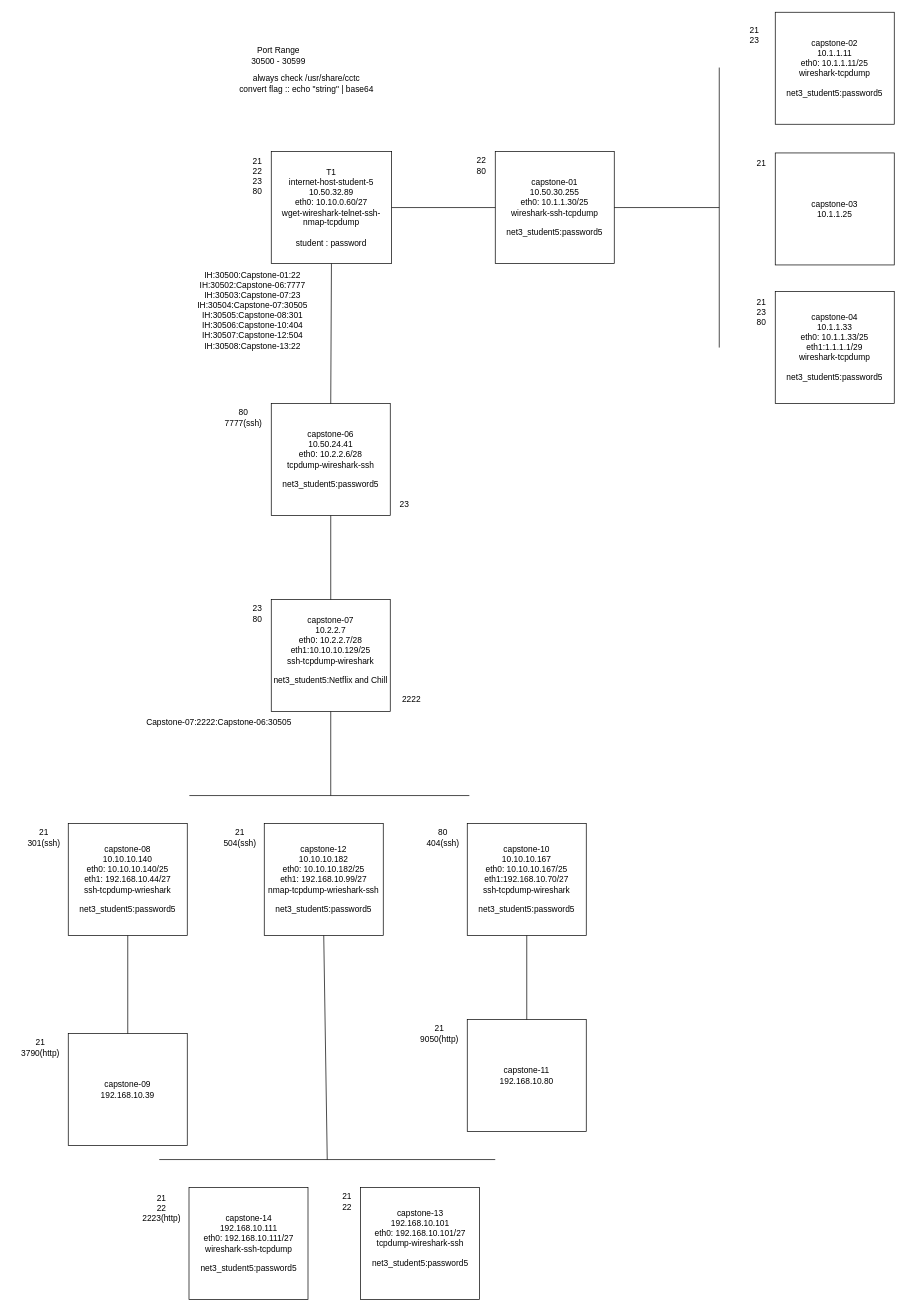
The draw.io diagram page "Page-5" (5 of 5) of Networking/Greenberg/Network Map.drawio in TheWaltuh/COSC-Notes, before the edit. Source tidied: cells renumbered, new cells numbered last; positions are measured from the earlier drawing's top-left corner, leaving out a move shared by most shapes. Both pictures are drawn from the tidied source at 70%, with x=0, y=0 at pixel (12, 12).
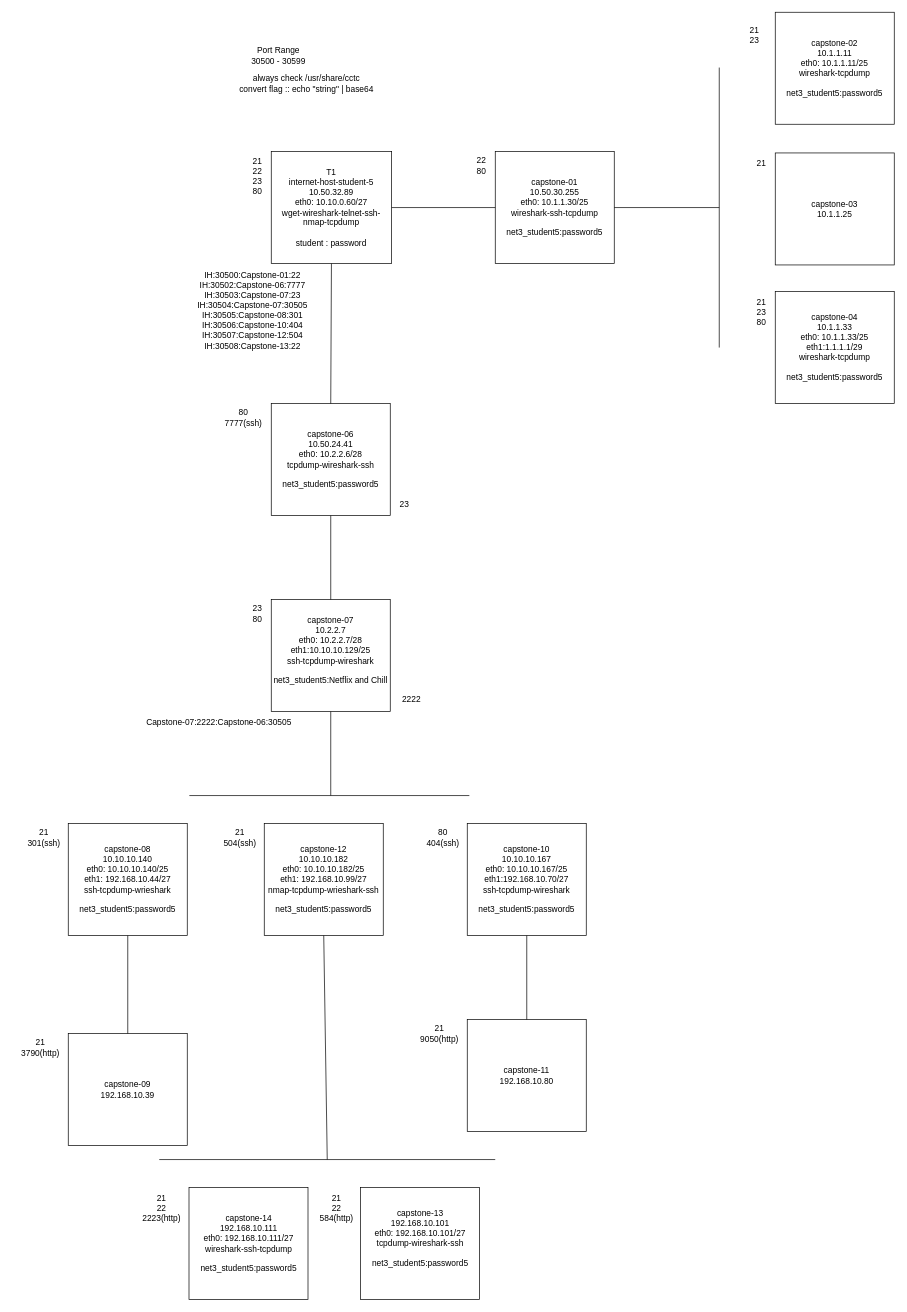
The same diagram, later.

Diff of the diagram source:
```diff
@@
-    <mxCell id="44" value="&lt;div&gt;21&lt;/div&gt;&lt;div&gt;22&lt;br&gt;&lt;/div&gt;" style="text;html=1;align=center;verticalAlign=middle;strokeColor=none;fillColor=none;" parent="1" vertex="1">
-      <mxGeometry x="457.5" y="1679" width="40" height="40" as="geometry" />
+    <mxCell id="44" value="&lt;div&gt;21&lt;/div&gt;&lt;div&gt;22&lt;/div&gt;&lt;div&gt;584(http)&lt;br&gt;&lt;/div&gt;" style="text;html=1;align=center;verticalAlign=middle;strokeColor=none;fillColor=none;" parent="1" vertex="1">
+      <mxGeometry x="427.5" y="1679" width="70" height="60" as="geometry" />
     </mxCell>
```
